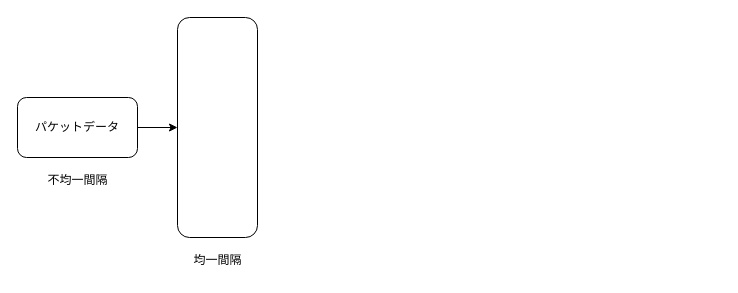
Rwatana/Rwatana.github.io keeps this draw.io diagram as kitsune.drawio. Above is the earlier version. Source tidied: cells renumbered, new cells numbered last; positions are measured from the earlier drawing's top-left corner, leaving out a move shared by most shapes. Both pictures are drawn from the tidied source at 100%, with x=0, y=0 at pixel (17, 17).
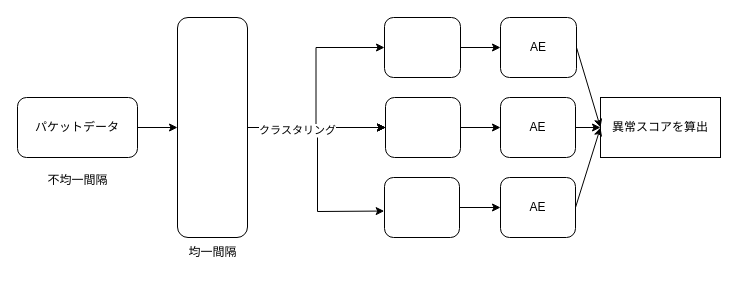
The same diagram, later.

Commit message (it also covers changes not shown here):
kitsune.drawio を更新します

The edit, as a diff of the source:
```diff
@@
+    <mxCell id="7" style="edgeStyle=orthogonalEdgeStyle;rounded=0;jettySize=auto;html=1;" parent="1" edge="1" source="4" target="14">
+      <mxGeometry relative="1" as="geometry" />
+    </mxCell>
+    <mxCell id="8" style="edgeStyle=orthogonalEdgeStyle;rounded=0;jettySize=auto;html=1;" parent="1" edge="1" source="4" target="16">
+      <mxGeometry relative="1" as="geometry" />
+    </mxCell>
+    <mxCell id="9" style="edgeStyle=orthogonalEdgeStyle;rounded=0;jettySize=auto;html=1;" parent="1" edge="1" source="4" target="16">
+      <mxGeometry relative="1" as="geometry" />
+    </mxCell>
+    <mxCell id="10" style="edgeStyle=orthogonalEdgeStyle;rounded=0;jettySize=auto;html=1;" parent="1" edge="1" source="4" target="16">
+      <mxGeometry relative="1" as="geometry" />
+    </mxCell>
+    <mxCell id="11" style="edgeStyle=orthogonalEdgeStyle;rounded=0;jettySize=auto;html=1;" parent="1" edge="1" source="4" target="16">
+      <mxGeometry relative="1" as="geometry" />
+    </mxCell>
+    <mxCell id="12" value="クラスタリング" style="edgeLabel;html=1;align=center;verticalAlign=middle;" parent="11" vertex="1">
+      <mxGeometry x="-0.29" y="-2" relative="1" as="geometry" />
+    </mxCell>
     <mxCell id="4" style="whiteSpace=wrap;html=1;rounded=1;" parent="1" vertex="1">
-      <mxGeometry x="160" width="80" height="220" as="geometry" />
+      <mxGeometry x="160" width="70" height="220" as="geometry" />
     </mxCell>
@@
     <mxCell id="6" value="均一間隔" style="text;html=1;align=center;verticalAlign=middle;strokeColor=none;fillColor=none;" parent="1" vertex="1">
-      <mxGeometry x="165" y="228" width="70" height="30" as="geometry" />
+      <mxGeometry x="160" y="220" width="70" height="30" as="geometry" />
     </mxCell>
+    <mxCell id="13" style="edgeStyle=orthogonalEdgeStyle;rounded=0;jettySize=auto;html=1;" parent="1" edge="1" source="14" target="19">
+      <mxGeometry relative="1" as="geometry" />
+    </mxCell>
+    <mxCell id="14" style="whiteSpace=wrap;html=1;rounded=1;" parent="1" vertex="1">
+      <mxGeometry x="367" width="76" height="60" as="geometry" />
+    </mxCell>
+    <mxCell id="15" style="edgeStyle=orthogonalEdgeStyle;rounded=0;jettySize=auto;html=1;" parent="1" edge="1" source="16" target="20">
+      <mxGeometry relative="1" as="geometry" />
+    </mxCell>
+    <mxCell id="16" style="whiteSpace=wrap;html=1;rounded=1;" parent="1" vertex="1">
+      <mxGeometry x="368" y="80" width="75" height="60" as="geometry" />
+    </mxCell>
+    <mxCell id="17" style="edgeStyle=orthogonalEdgeStyle;rounded=0;jettySize=auto;html=1;" parent="1" edge="1" source="18" target="21">
+      <mxGeometry relative="1" as="geometry" />
+    </mxCell>
+    <mxCell id="18" style="whiteSpace=wrap;html=1;rounded=1;" parent="1" vertex="1">
+      <mxGeometry x="367" y="160" width="75" height="60" as="geometry" />
+    </mxCell>
+    <mxCell id="19" value="AE" style="whiteSpace=wrap;html=1;rounded=1;" parent="1" vertex="1">
+      <mxGeometry x="483" width="76" height="60" as="geometry" />
+    </mxCell>
+    <mxCell id="20" value="AE" style="whiteSpace=wrap;html=1;rounded=1;" parent="1" vertex="1">
+      <mxGeometry x="483" y="80" width="75" height="60" as="geometry" />
+    </mxCell>
+    <mxCell id="21" value="AE" style="whiteSpace=wrap;html=1;rounded=1;" parent="1" vertex="1">
+      <mxGeometry x="483" y="160" width="75" height="60" as="geometry" />
+    </mxCell>
+    <mxCell id="22" value="異常スコアを算出" style="rounded=0;whiteSpace=wrap;html=1;" parent="1" vertex="1">
+      <mxGeometry x="583" y="80" width="120" height="60" as="geometry" />
+    </mxCell>
+    <mxCell id="23" style="endArrow=classic;html=1;rounded=0;exitX=1;exitY=0.5;exitDx=0;exitDy=0;entryX=0;entryY=0.5;entryDx=0;entryDy=0;" parent="1" edge="1" source="19" target="22">
+      <mxGeometry relative="1" as="geometry" />
+    </mxCell>
+    <mxCell id="24" style="endArrow=classic;html=1;rounded=0;exitX=1;exitY=0.5;exitDx=0;exitDy=0;entryX=0;entryY=0.5;entryDx=0;entryDy=0;" parent="1" edge="1" source="20" target="22">
+      <mxGeometry relative="1" as="geometry" />
+    </mxCell>
+    <mxCell id="25" style="endArrow=classic;html=1;rounded=0;exitX=1;exitY=0.5;exitDx=0;exitDy=0;entryX=0;entryY=0.5;entryDx=0;entryDy=0;" parent="1" edge="1" source="21" target="22">
+      <mxGeometry relative="1" as="geometry" />
+    </mxCell>
+    <mxCell id="26" style="endArrow=classic;html=1;rounded=0;entryX=-0.004;entryY=0.559;entryDx=0;entryDy=0;entryPerimeter=0;" parent="1" edge="1" target="18">
+      <mxGeometry relative="1" as="geometry">
+        <mxPoint x="300" y="120" as="sourcePoint" />
+        <Array as="points">
+          <mxPoint x="300" y="194" />
+        </Array>
+      </mxGeometry>
+    </mxCell>
```
